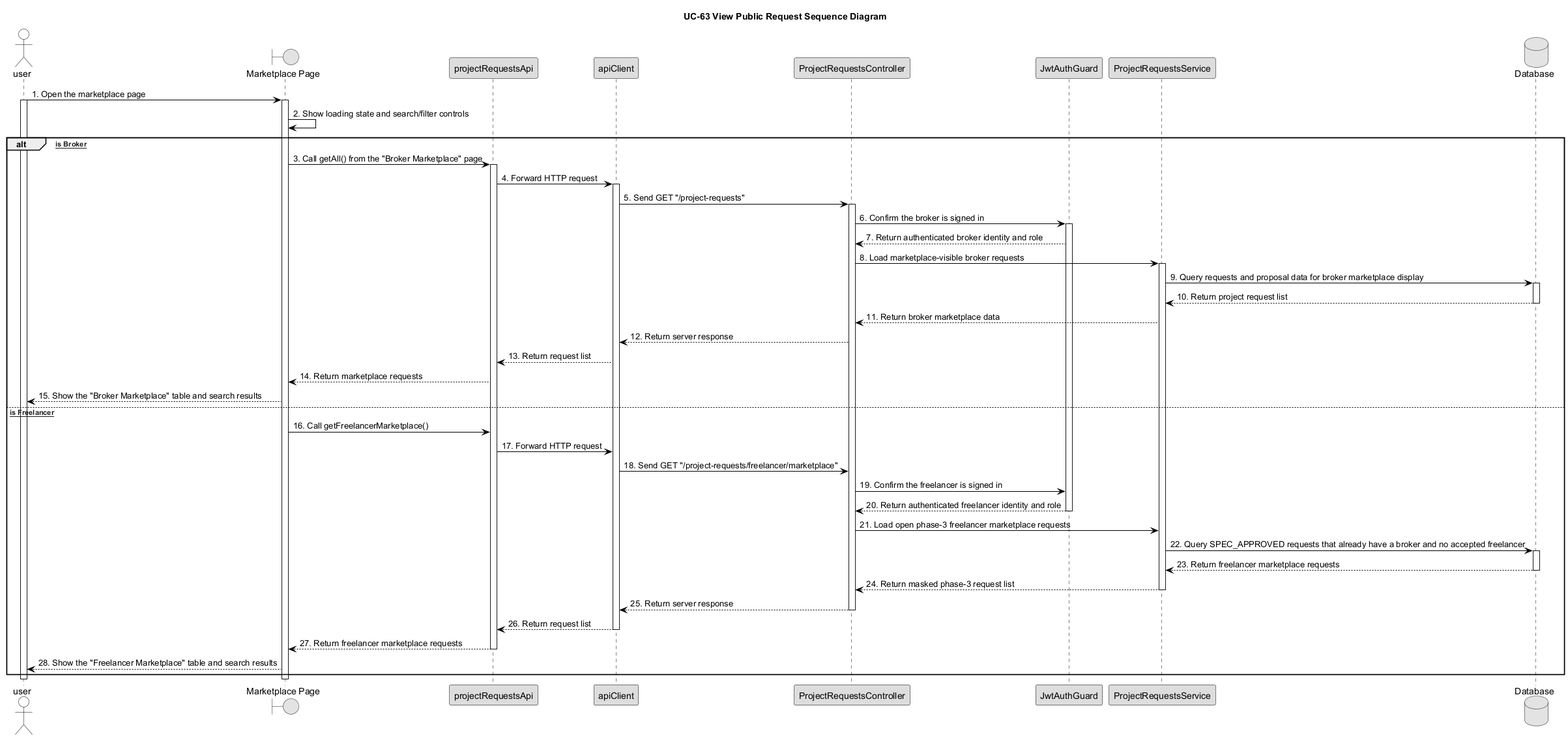
Above: diagram/sequence/UC63_View_Public_Request_Sequence_Diagram.png in bangdcce/SEP492-Project (PlantUML), before the change.
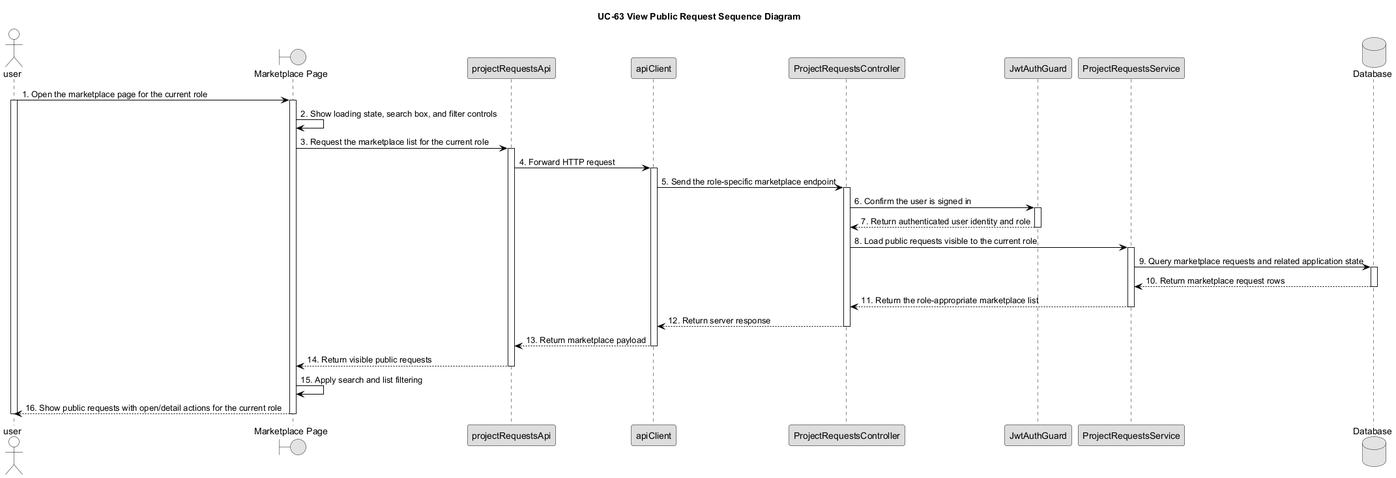
The same diagram one commit later.

Change to the diagram source:
```diff
@@ -4,11 +4,7 @@
 
 skinparam monochrome true
 
-
-
 skinparam defaultFontColor Black
-
-
 
 skinparam shadowing false
 
@@ -16,61 +12,35 @@
 
 skinparam sequence {
 
-
-
     ArrowColor Black
-
-
 
     LifeLineBorderColor Black
 
-
-
     LifeLineBackgroundColor White
-
-
 
     ParticipantBorderColor Black
 
-
-
     ParticipantBackgroundColor #DDDDDD
-
-
 
     ParticipantFontColor Black
 
-
-
     ActorBorderColor Black
-
-
 
     ActorBackgroundColor White
 
-
-
     ActorFontColor Black
-
-
 
     GroupHeaderFontColor Black
 
-
-
     GroupHeaderBackgroundColor White
-
-
 
     GroupBodyBackgroundColor White
 
+    GroupBorderColor Black
+
+}
 
 
-    GroupBorderColor Black
-
-
-
-}
 
 
 
@@ -80,227 +50,83 @@
 
 actor user
 
-
-
 boundary "Marketplace Page" as Page
-
-
 
 participant "projectRequestsApi" as RequestsAPI
 
-
-
 participant "apiClient" as ApiClient
-
-
 
 participant "ProjectRequestsController" as Controller
 
-
-
 participant "JwtAuthGuard" as JWTGuard
 
-
-
 participant "ProjectRequestsService" as Service
-
-
 
 database "Database" as DB
 
 
 
-user -> Page : 1. Open the marketplace page
-
-
+user -> Page : 1. Open the marketplace page for the current role
 
 activate user
 
-
-
 activate Page
 
+Page -> Page : 2. Show loading state, search box, and filter controls
 
+Page -> RequestsAPI : 3. Request the marketplace list for the current role
 
-Page -> Page : 2. Show loading state and search/filter controls
+activate RequestsAPI
 
+RequestsAPI -> ApiClient : 4. Forward HTTP request
 
+activate ApiClient
 
-alt [User is Broker]
+ApiClient -> Controller : 5. Send the role-specific marketplace endpoint
 
+activate Controller
 
+Controller -> JWTGuard : 6. Confirm the user is signed in
 
-    Page -> RequestsAPI : 3. Call getAll() from the "Broker Marketplace" page
+activate JWTGuard
 
+JWTGuard --> Controller : 7. Return authenticated user identity and role
 
+deactivate JWTGuard
 
-    activate RequestsAPI
+Controller -> Service : 8. Load public requests visible to the current role
 
+activate Service
 
+Service -> DB : 9. Query marketplace requests and related application state
 
-    RequestsAPI -> ApiClient : 4. Forward HTTP request
+activate DB
 
+DB --> Service : 10. Return marketplace request rows
 
+deactivate DB
 
-    activate ApiClient
+Service --> Controller : 11. Return the role-appropriate marketplace list
 
+deactivate Service
 
+Controller --> ApiClient : 12. Return server response
 
-    ApiClient -> Controller : 5. Send GET "/project-requests"
+deactivate Controller
 
+ApiClient --> RequestsAPI : 13. Return marketplace payload
 
+deactivate ApiClient
 
-    activate Controller
+RequestsAPI --> Page : 14. Return visible public requests
 
+deactivate RequestsAPI
 
+Page -> Page : 15. Apply search and list filtering
 
-    Controller -> JWTGuard : 6. Confirm the broker is signed in
-
-
-
-    activate JWTGuard
-
-
-
-    JWTGuard --> Controller : 7. Return authenticated broker identity and role
-
-
-
-    Controller -> Service : 8. Load marketplace-visible broker requests
-
-
-
-    activate Service
-
-
-
-    Service -> DB : 9. Query requests and proposal data for broker marketplace display
-
-
-
-    activate DB
-
-
-
-    DB --> Service : 10. Return project request list
-
-
-
-    deactivate DB
-
-
-
-    Service --> Controller : 11. Return broker marketplace data
-
-
-
-    Controller --> ApiClient : 12. Return server response
-
-
-
-    ApiClient --> RequestsAPI : 13. Return request list
-
-
-
-    RequestsAPI --> Page : 14. Return marketplace requests
-
-
-
-    Page --> user : 15. Show the "Broker Marketplace" table and search results
-
-
-
-else [User is Freelancer]
-
-
-
-    Page -> RequestsAPI : 16. Call getFreelancerMarketplace()
-
-
-
-    RequestsAPI -> ApiClient : 17. Forward HTTP request
-
-
-
-    ApiClient -> Controller : 18. Send GET "/project-requests/freelancer/marketplace"
-
-
-
-    Controller -> JWTGuard : 19. Confirm the freelancer is signed in
-
-
-
-    JWTGuard --> Controller : 20. Return authenticated freelancer identity and role
-
-
-
-    deactivate JWTGuard
-
-
-
-    Controller -> Service : 21. Load open phase-3 freelancer marketplace requests
-
-
-
-    Service -> DB : 22. Query SPEC_APPROVED requests that already have a broker and no accepted freelancer
-
-
-
-    activate DB
-
-
-
-    DB --> Service : 23. Return freelancer marketplace requests
-
-
-
-    deactivate DB
-
-
-
-    Service --> Controller : 24. Return masked phase-3 request list
-
-
-
-    deactivate Service
-
-
-
-    Controller --> ApiClient : 25. Return server response
-
-
-
-    deactivate Controller
-
-
-
-    ApiClient --> RequestsAPI : 26. Return request list
-
-
-
-    deactivate ApiClient
-
-
-
-    RequestsAPI --> Page : 27. Return freelancer marketplace requests
-
-
-
-    deactivate RequestsAPI
-
-
-
-    Page --> user : 28. Show the "Freelancer Marketplace" table and search results
-
-
-
-end
-
-
+Page --> user : 16. Show public requests with open/detail actions for the current role
 
 deactivate Page
-
-
 
 deactivate user
 
```
